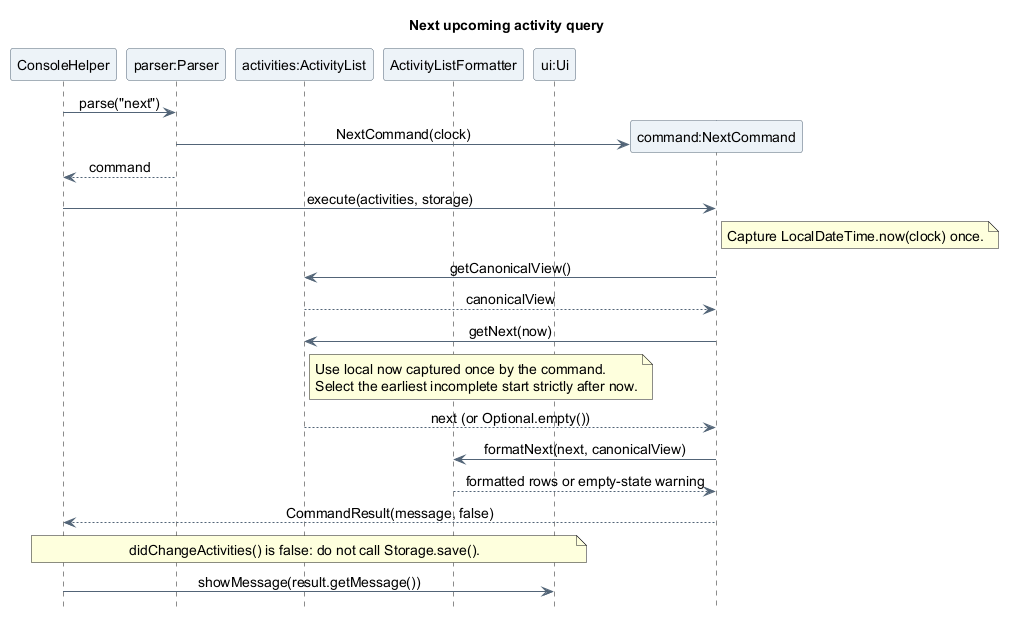
The PlantUML diagram docs/images/asyraf/sequence/NextActivitySequence.png in AY2627S1-CS2113-T10-4/tp, before a commit.
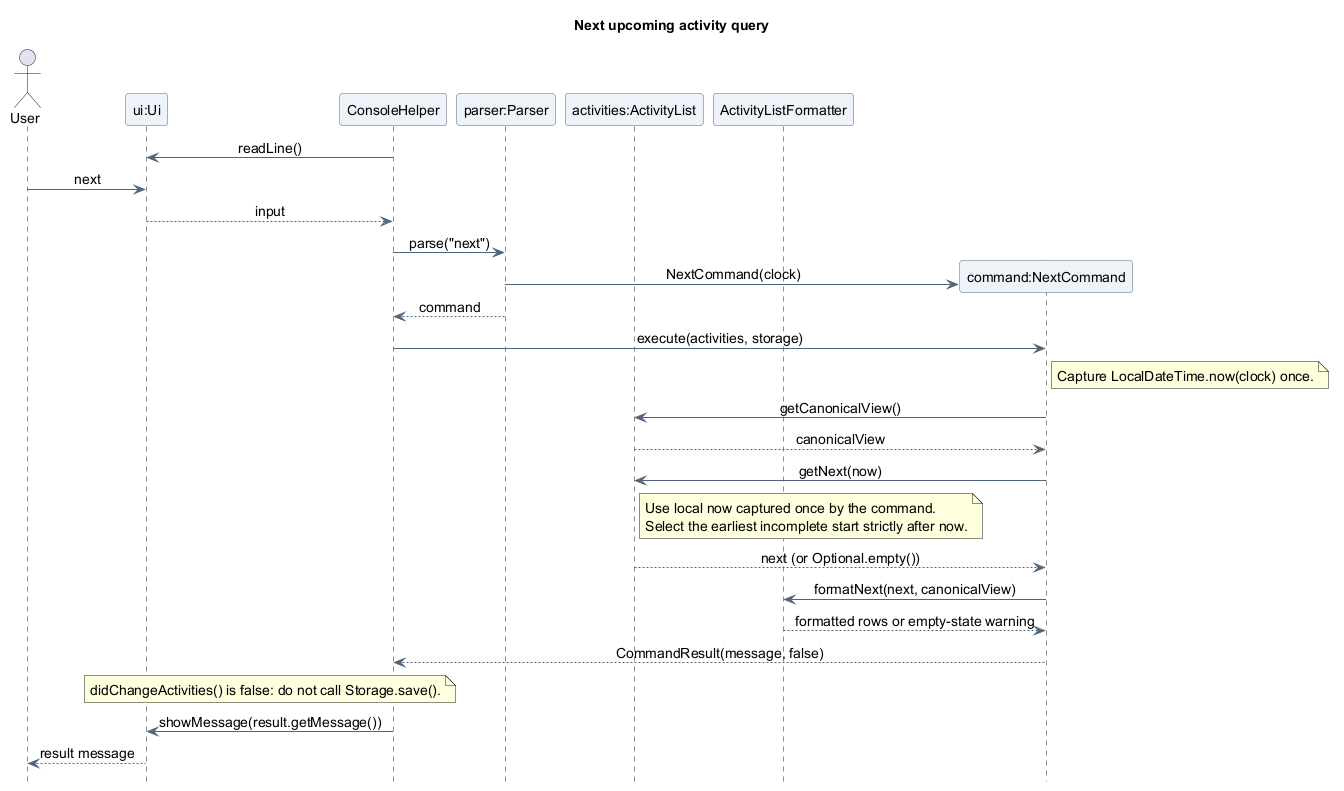
Later version of the same file.

The edit, as a diff of the source:
```diff
@@ -10,11 +10,16 @@
 skinparam sequenceMessageAlign center
 hide footbox
 
+actor "User" as User
+participant "ui:Ui" as UI
 participant "ConsoleHelper" as Console
 participant "parser:Parser" as Parser
 participant "activities:ActivityList" as Activities
 participant "ActivityListFormatter" as Formatter
-participant "ui:Ui" as UI
+
+Console -> UI : readLine()
+User -> UI : next
+UI --> Console : input
 
 Console -> Parser : parse("next")
 create participant "command:NextCommand" as Query
@@ -39,4 +44,5 @@
   didChangeActivities() is false: do not call Storage.save().
 end note
 Console -> UI : showMessage(result.getMessage())
+UI --> User : result message
 @enduml
```
